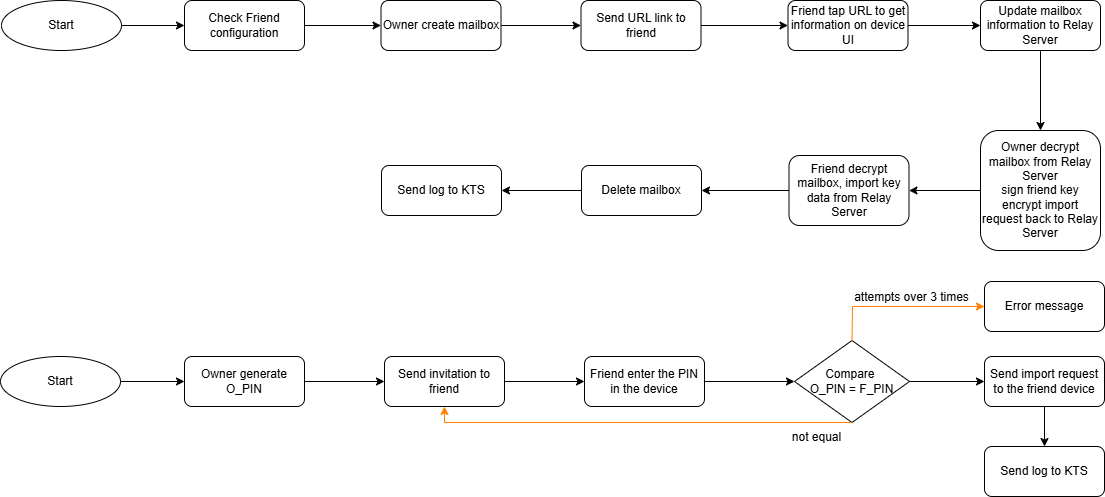
The draw.io diagram Present_KeySharing.drawio.png in LaurenHsu31/DKC, before a commit. Source tidied: cells renumbered, new cells last; positions are measured from the earlier drawing's top-left corner, leaving out a move shared by most shapes.
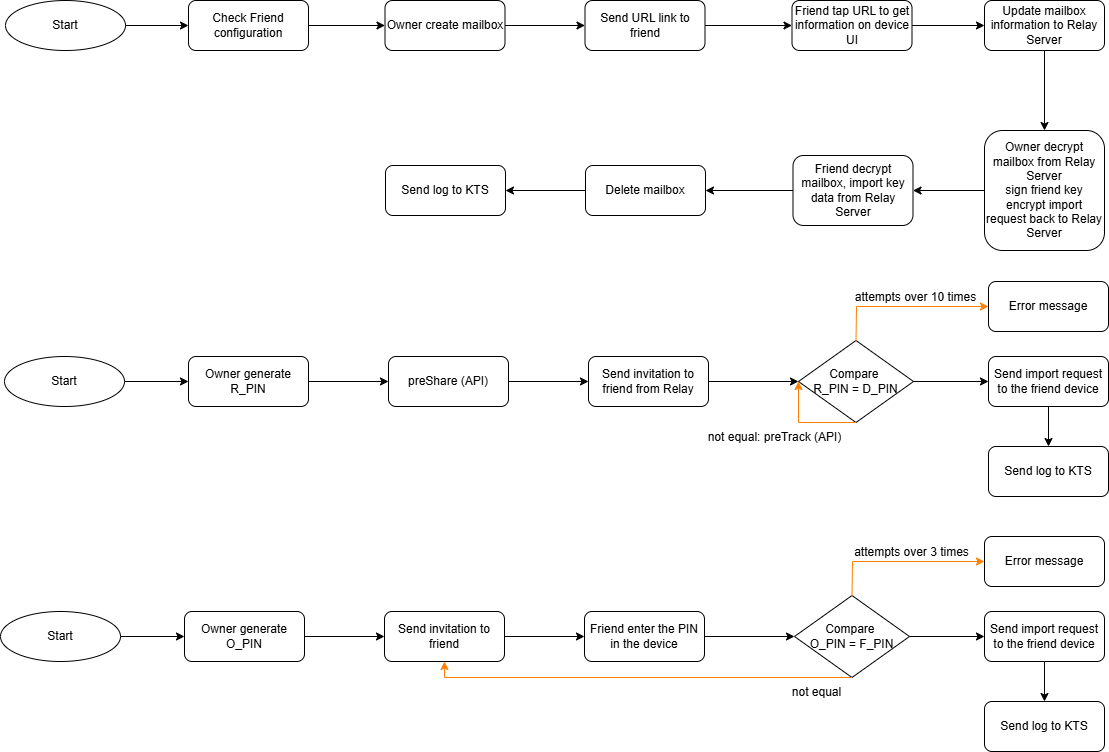
Above is the later version.

The edit, as a diff of the source:
```diff
@@ -5,16 +5,16 @@
     <mxCell id="2" value="Start" style="ellipse;whiteSpace=wrap;html=1;" parent="1" vertex="1">
       <mxGeometry y="356" width="120" height="50" as="geometry" />
     </mxCell>
-    <mxCell id="3" value="Owner generate O_PIN" style="rounded=1;whiteSpace=wrap;html=1;" parent="1" vertex="1">
+    <mxCell id="3" value="Owner generate R_PIN" style="rounded=1;whiteSpace=wrap;html=1;" parent="1" vertex="1">
       <mxGeometry x="184" y="356" width="120" height="50" as="geometry" />
     </mxCell>
-    <mxCell id="4" value="Send invitation to friend" style="rounded=1;whiteSpace=wrap;html=1;" parent="1" vertex="1">
+    <mxCell id="4" value="preShare (API)" style="rounded=1;whiteSpace=wrap;html=1;" parent="1" vertex="1">
       <mxGeometry x="384" y="356" width="120" height="50" as="geometry" />
     </mxCell>
     <mxCell id="5" style="endArrow=classic;html=1;rounded=0;exitX=1;exitY=0.5;exitDx=0;exitDy=0;entryX=0;entryY=0.5;entryDx=0;entryDy=0;" parent="1" edge="1" source="3" target="4">
       <mxGeometry relative="1" as="geometry" />
     </mxCell>
-    <mxCell id="6" value="Friend enter the PIN in the device" style="rounded=1;whiteSpace=wrap;html=1;" parent="1" vertex="1">
+    <mxCell id="6" value="Send invitation to friend from Relay" style="rounded=1;whiteSpace=wrap;html=1;" parent="1" vertex="1">
       <mxGeometry x="584" y="356" width="120" height="50" as="geometry" />
     </mxCell>
     <mxCell id="7" style="endArrow=classic;html=1;rounded=0;exitX=1;exitY=0.5;exitDx=0;exitDy=0;entryX=0;entryY=0.5;entryDx=0;entryDy=0;" parent="1" edge="1" source="4" target="6">
@@ -23,18 +23,18 @@
     <mxCell id="8" style="endArrow=classic;html=1;rounded=0;entryX=0;entryY=0.5;entryDx=0;entryDy=0;exitX=1;exitY=0.5;exitDx=0;exitDy=0;" parent="1" edge="1" source="6" target="9">
       <mxGeometry relative="1" as="geometry" />
     </mxCell>
-    <mxCell id="9" value="Compare&amp;nbsp;&lt;div&gt;O_PIN = F_PIN&lt;/div&gt;" style="rhombus;whiteSpace=wrap;html=1;" parent="1" vertex="1">
+    <mxCell id="9" value="Compare&amp;nbsp;&lt;div&gt;R_PIN = D_PIN&lt;/div&gt;" style="rhombus;whiteSpace=wrap;html=1;" parent="1" vertex="1">
       <mxGeometry x="794" y="340" width="115" height="82" as="geometry" />
     </mxCell>
-    <mxCell id="10" style="endArrow=classic;html=1;rounded=0;exitX=0.5;exitY=1;exitDx=0;exitDy=0;entryX=0.5;entryY=1;entryDx=0;entryDy=0;strokeColor=#FF8000;" parent="1" edge="1" source="9" target="4">
+    <mxCell id="10" style="endArrow=classic;html=1;rounded=0;exitX=0.5;exitY=1;exitDx=0;exitDy=0;entryX=0;entryY=0.5;entryDx=0;entryDy=0;strokeColor=#FF8000;" parent="1" edge="1" source="9" target="9">
       <mxGeometry relative="1" as="geometry">
         <Array as="points">
-          <mxPoint x="444" y="422" />
+          <mxPoint x="794" y="422" />
         </Array>
       </mxGeometry>
     </mxCell>
-    <mxCell id="11" value="not equal" style="text;html=1;align=center;verticalAlign=middle;strokeColor=none;fillColor=none;" parent="1" vertex="1">
-      <mxGeometry x="781" y="422" width="70" height="30" as="geometry" />
+    <mxCell id="11" value="not equal: preTrack (API)" style="text;html=1;align=center;verticalAlign=middle;strokeColor=none;fillColor=none;" parent="1" vertex="1">
+      <mxGeometry x="690" y="422" width="160" height="30" as="geometry" />
     </mxCell>
     <mxCell id="12" value="Send import request to the friend device" style="rounded=1;whiteSpace=wrap;html=1;" parent="1" vertex="1">
       <mxGeometry x="984" y="356" width="120" height="50" as="geometry" />
@@ -58,7 +58,7 @@
         </Array>
       </mxGeometry>
     </mxCell>
-    <mxCell id="18" value="attempts over 3 times" style="text;html=1;align=center;verticalAlign=middle;strokeColor=none;fillColor=none;" parent="1" vertex="1">
+    <mxCell id="18" value="attempts over 10 times" style="text;html=1;align=center;verticalAlign=middle;strokeColor=none;fillColor=none;" parent="1" vertex="1">
       <mxGeometry x="841" y="282" width="140" height="30" as="geometry" />
     </mxCell>
     <mxCell id="19" value="Start" style="ellipse;whiteSpace=wrap;html=1;" parent="1" vertex="1">
@@ -121,5 +121,67 @@
     <mxCell id="38" style="endArrow=classic;html=1;rounded=0;exitX=1;exitY=0.5;exitDx=0;exitDy=0;entryX=0;entryY=0.5;entryDx=0;entryDy=0;" parent="1" edge="1" source="2" target="3">
       <mxGeometry relative="1" as="geometry" />
     </mxCell>
+    <mxCell id="39" value="Start" style="ellipse;whiteSpace=wrap;html=1;" parent="1" vertex="1">
+      <mxGeometry x="-4" y="611" width="120" height="50" as="geometry" />
+    </mxCell>
+    <mxCell id="40" value="Owner generate O_PIN" style="rounded=1;whiteSpace=wrap;html=1;" parent="1" vertex="1">
+      <mxGeometry x="180" y="611" width="120" height="50" as="geometry" />
+    </mxCell>
+    <mxCell id="41" value="Send invitation to friend" style="rounded=1;whiteSpace=wrap;html=1;" parent="1" vertex="1">
+      <mxGeometry x="380" y="611" width="120" height="50" as="geometry" />
+    </mxCell>
+    <mxCell id="42" style="endArrow=classic;html=1;rounded=0;exitX=1;exitY=0.5;exitDx=0;exitDy=0;entryX=0;entryY=0.5;entryDx=0;entryDy=0;" parent="1" edge="1" source="40" target="41">
+      <mxGeometry relative="1" as="geometry" />
+    </mxCell>
+    <mxCell id="43" value="Friend enter the PIN in the device" style="rounded=1;whiteSpace=wrap;html=1;" parent="1" vertex="1">
+      <mxGeometry x="580" y="611" width="120" height="50" as="geometry" />
+    </mxCell>
+    <mxCell id="44" style="endArrow=classic;html=1;rounded=0;exitX=1;exitY=0.5;exitDx=0;exitDy=0;entryX=0;entryY=0.5;entryDx=0;entryDy=0;" parent="1" edge="1" source="41" target="43">
+      <mxGeometry relative="1" as="geometry" />
+    </mxCell>
+    <mxCell id="45" style="endArrow=classic;html=1;rounded=0;entryX=0;entryY=0.5;entryDx=0;entryDy=0;exitX=1;exitY=0.5;exitDx=0;exitDy=0;" parent="1" edge="1" source="43" target="46">
+      <mxGeometry relative="1" as="geometry" />
+    </mxCell>
+    <mxCell id="46" value="Compare&amp;nbsp;&lt;div&gt;O_PIN = F_PIN&lt;/div&gt;" style="rhombus;whiteSpace=wrap;html=1;" parent="1" vertex="1">
+      <mxGeometry x="790" y="595" width="115" height="82" as="geometry" />
+    </mxCell>
+    <mxCell id="47" style="endArrow=classic;html=1;rounded=0;exitX=0.5;exitY=1;exitDx=0;exitDy=0;entryX=0.5;entryY=1;entryDx=0;entryDy=0;strokeColor=#FF8000;" parent="1" edge="1" source="46" target="41">
+      <mxGeometry relative="1" as="geometry">
+        <Array as="points">
+          <mxPoint x="440" y="677" />
+        </Array>
+      </mxGeometry>
+    </mxCell>
+    <mxCell id="48" value="not equal" style="text;html=1;align=center;verticalAlign=middle;strokeColor=none;fillColor=none;" parent="1" vertex="1">
+      <mxGeometry x="777" y="677" width="70" height="30" as="geometry" />
+    </mxCell>
+    <mxCell id="49" value="Send import request to the friend device" style="rounded=1;whiteSpace=wrap;html=1;" parent="1" vertex="1">
+      <mxGeometry x="980" y="611" width="120" height="50" as="geometry" />
+    </mxCell>
+    <mxCell id="50" style="endArrow=classic;html=1;rounded=0;exitX=1;exitY=0.5;exitDx=0;exitDy=0;entryX=0;entryY=0.5;entryDx=0;entryDy=0;" parent="1" edge="1" source="46" target="49">
+      <mxGeometry relative="1" as="geometry" />
+    </mxCell>
+    <mxCell id="51" value="Send log to KTS" style="rounded=1;whiteSpace=wrap;html=1;" parent="1" vertex="1">
+      <mxGeometry x="980" y="701" width="120" height="50" as="geometry" />
+    </mxCell>
+    <mxCell id="52" style="endArrow=classic;html=1;rounded=0;entryX=0.5;entryY=0;entryDx=0;entryDy=0;exitX=0.5;exitY=1;exitDx=0;exitDy=0;" parent="1" edge="1" source="49" target="51">
+      <mxGeometry relative="1" as="geometry" />
+    </mxCell>
+    <mxCell id="53" value="Error message" style="rounded=1;whiteSpace=wrap;html=1;" parent="1" vertex="1">
+      <mxGeometry x="980" y="536" width="120" height="50" as="geometry" />
+    </mxCell>
+    <mxCell id="54" style="endArrow=classic;html=1;rounded=0;exitX=0.5;exitY=0;exitDx=0;exitDy=0;entryX=0;entryY=0.5;entryDx=0;entryDy=0;strokeColor=#FF8000;" parent="1" edge="1" source="46" target="53">
+      <mxGeometry relative="1" as="geometry">
+        <Array as="points">
+          <mxPoint x="848" y="561" />
+        </Array>
+      </mxGeometry>
+    </mxCell>
+    <mxCell id="55" value="attempts over 3 times" style="text;html=1;align=center;verticalAlign=middle;strokeColor=none;fillColor=none;" parent="1" vertex="1">
+      <mxGeometry x="837" y="537" width="140" height="30" as="geometry" />
+    </mxCell>
+    <mxCell id="56" style="endArrow=classic;html=1;rounded=0;exitX=1;exitY=0.5;exitDx=0;exitDy=0;entryX=0;entryY=0.5;entryDx=0;entryDy=0;" parent="1" edge="1" source="39" target="40">
+      <mxGeometry relative="1" as="geometry" />
+    </mxCell>
   </root>
 </mxGraphModel>
```
